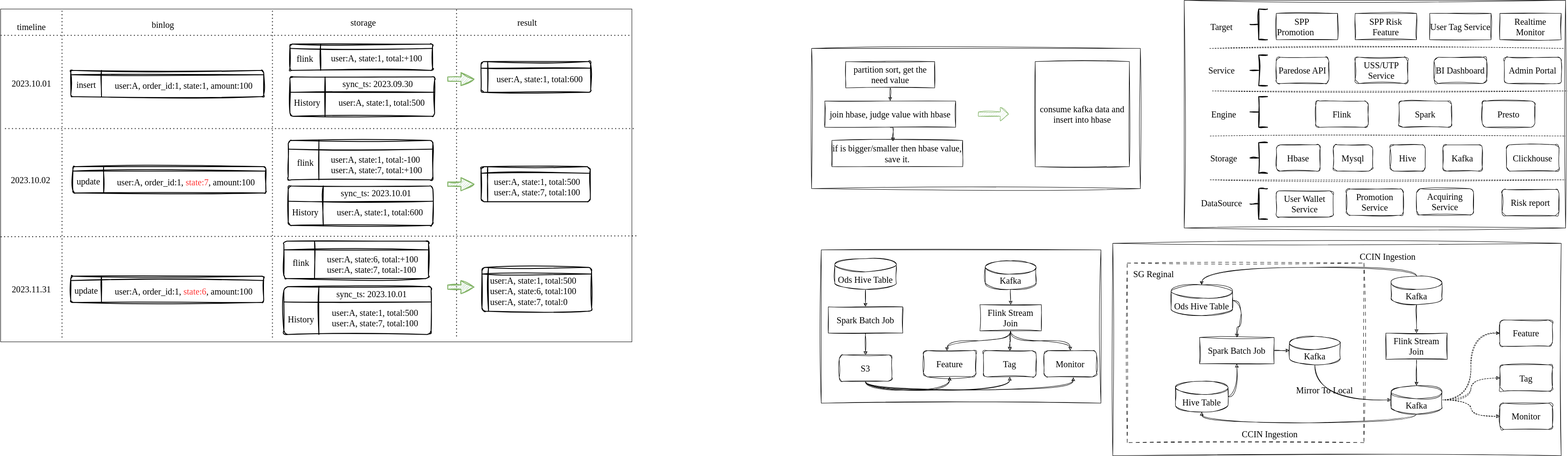
This is 答辩准备1.drawio.svg from LadyTao/flink-learning, a draw.io export, as it was before one commit. Source tidied: cells renumbered, new cells last; positions are measured from the earlier drawing's top-left corner, leaving out a move shared by most shapes.
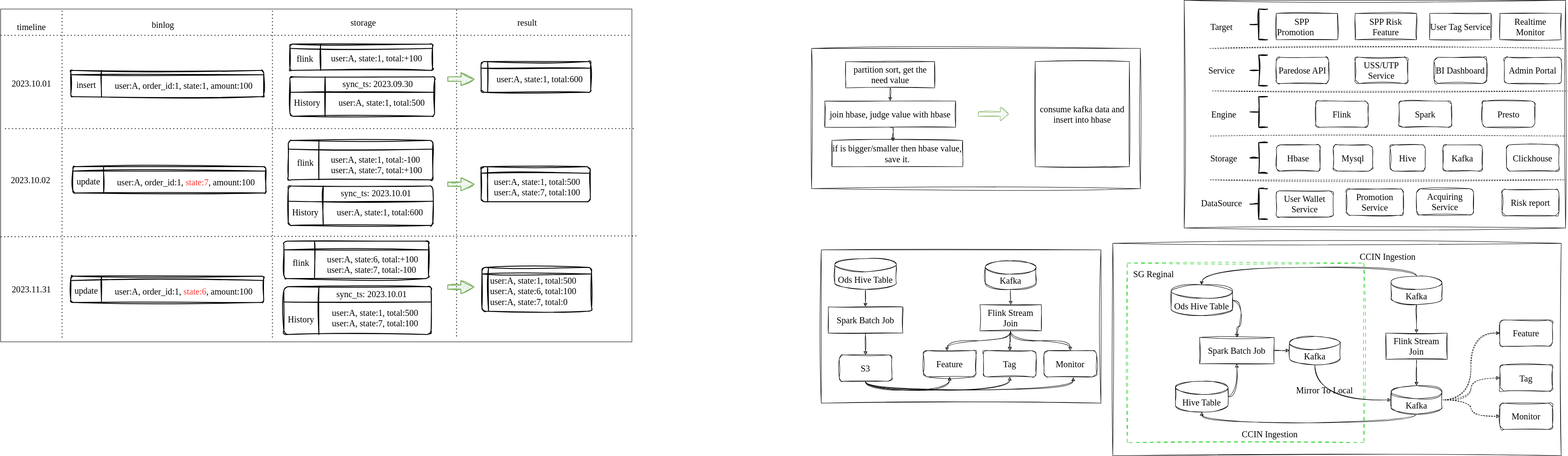
The same file after the commit.

Commit message:
更新答辩准备1.drawio.svg

Change to the diagram source:
```diff
@@ -14,7 +14,7 @@
     <mxCell id="5" style="rounded=0;whiteSpace=wrap;html=1;hachureGap=4;fontFamily=Architects Daughter;fontSource=https%3A%2F%2Ffonts.googleapis.com%2Fcss%3Ffamily%3DArchitects%2BDaughter;fontSize=20;sketch=1;curveFitting=1;jiggle=2;" parent="1" vertex="1">
       <mxGeometry x="2700" width="870" height="520" as="geometry" />
     </mxCell>
-    <mxCell id="6" style="rounded=0;whiteSpace=wrap;html=1;hachureGap=4;fontFamily=Architects Daughter;fontSource=https%3A%2F%2Ffonts.googleapis.com%2Fcss%3Ffamily%3DArchitects%2BDaughter;fontSize=20;dashed=1;dashPattern=8 8;sketch=1;curveFitting=1;jiggle=2;" parent="1" vertex="1">
+    <mxCell id="6" style="rounded=0;whiteSpace=wrap;html=1;hachureGap=4;fontFamily=Architects Daughter;fontSource=https%3A%2F%2Ffonts.googleapis.com%2Fcss%3Ffamily%3DArchitects%2BDaughter;fontSize=20;dashed=1;dashPattern=8 8;sketch=1;curveFitting=1;jiggle=2;strokeColor=#00CC00;" parent="1" vertex="1">
       <mxGeometry x="2570" y="600" width="540" height="410" as="geometry" />
     </mxCell>
     <mxCell id="7" style="group;sketch=1;curveFitting=1;jiggle=2;" parent="1" vertex="1">
```
